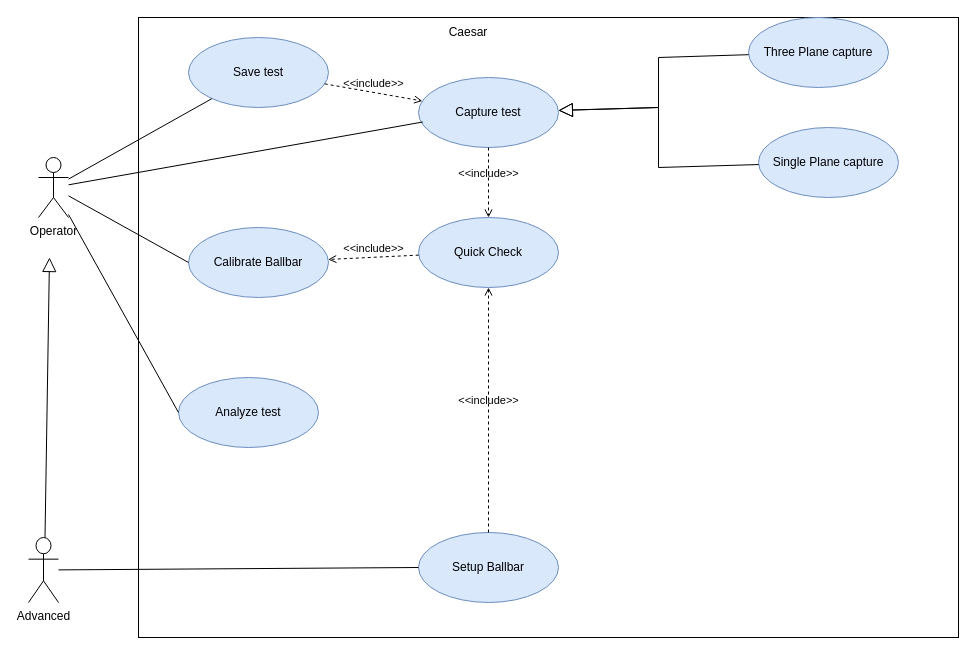
Above: page "Use-Case Diagram" (2 of 4) of Caesar/Caesar Architecture.drawio in AmolSJawalkar/DrawIO (draw.io), before the change. Source tidied: cells renumbered, new cells numbered last; positions are measured from the earlier drawing's top-left corner, leaving out a move shared by most shapes. Both pictures are drawn from the tidied source at 100%, with x=0, y=0 at pixel (28, 17).
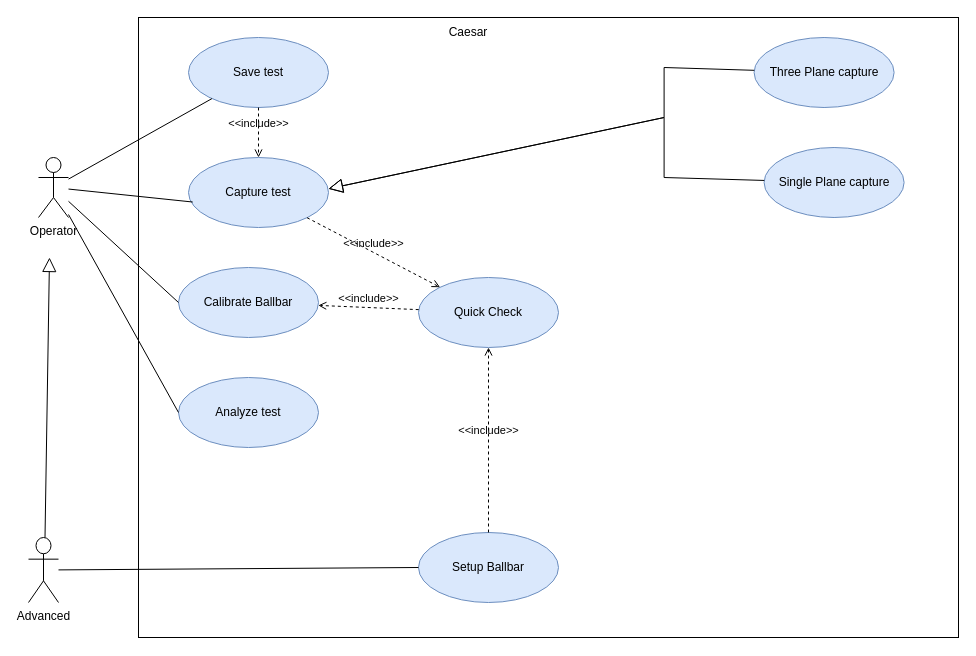
The same diagram, later.

The edit, as a diff of the source:
```diff
@@
     <mxCell id="4" value="Capture test" style="ellipse;whiteSpace=wrap;html=1;fillColor=#dae8fc;strokeColor=#6c8ebf;" parent="1" vertex="1">
-      <mxGeometry x="390" y="60" width="140" height="70" as="geometry" />
+      <mxGeometry x="160" y="140" width="140" height="70" as="geometry" />
     </mxCell>
@@
     <mxCell id="6" value="Calibrate Ballbar" style="ellipse;whiteSpace=wrap;html=1;fillColor=#dae8fc;strokeColor=#6c8ebf;" parent="1" vertex="1">
-      <mxGeometry x="160" y="210" width="140" height="70" as="geometry" />
+      <mxGeometry x="150" y="250" width="140" height="70" as="geometry" />
     </mxCell>
     <mxCell id="7" value="Quick Check" style="ellipse;whiteSpace=wrap;html=1;fillColor=#dae8fc;strokeColor=#6c8ebf;" parent="1" vertex="1">
-      <mxGeometry x="390" y="200" width="140" height="70" as="geometry" />
+      <mxGeometry x="390" y="260" width="140" height="70" as="geometry" />
     </mxCell>
@@
     <mxCell id="9" value="Three Plane capture" style="ellipse;whiteSpace=wrap;html=1;fillColor=#dae8fc;strokeColor=#6c8ebf;" parent="1" vertex="1">
-      <mxGeometry x="720" width="140" height="70" as="geometry" />
+      <mxGeometry x="725.6" y="20" width="140" height="70" as="geometry" />
     </mxCell>
@@
     <mxCell id="22" value="Single Plane capture" style="ellipse;whiteSpace=wrap;html=1;fillColor=#dae8fc;strokeColor=#6c8ebf;" parent="1" vertex="1">
-      <mxGeometry x="730" y="110" width="140" height="70" as="geometry" />
+      <mxGeometry x="735.6" y="130" width="140" height="70" as="geometry" />
     </mxCell>
-    <mxCell id="23" style="edgeStyle=none;html=1;endArrow=block;endFill=0;endSize=12;verticalAlign=bottom;rounded=0;" parent="1" edge="1" source="22" target="4">
+    <mxCell id="23" style="edgeStyle=none;html=1;endArrow=block;endFill=0;endSize=12;verticalAlign=bottom;rounded=0;" parent="1" edge="1" source="22">
       <mxGeometry relative="1" as="geometry">
+        <mxPoint x="300" y="171.3" as="targetPoint" />
         <Array as="points">
-          <mxPoint x="630" y="150" />
-          <mxPoint x="630" y="90" />
+          <mxPoint x="635.6" y="160" />
+          <mxPoint x="635.6" y="100" />
         </Array>
       </mxGeometry>
     </mxCell>
-    <mxCell id="24" style="edgeStyle=none;html=1;endArrow=block;endFill=0;endSize=12;verticalAlign=bottom;rounded=0;" parent="1" edge="1" source="9" target="4">
+    <mxCell id="24" style="edgeStyle=none;html=1;endArrow=block;endFill=0;endSize=12;verticalAlign=bottom;rounded=0;" parent="1" edge="1" source="9">
       <mxGeometry relative="1" as="geometry">
+        <mxPoint x="300" y="171.3" as="targetPoint" />
         <Array as="points">
-          <mxPoint x="630" y="40" />
-          <mxPoint x="630" y="90" />
+          <mxPoint x="635.6" y="50" />
+          <mxPoint x="635.6" y="100" />
         </Array>
       </mxGeometry>
     </mxCell>
```
